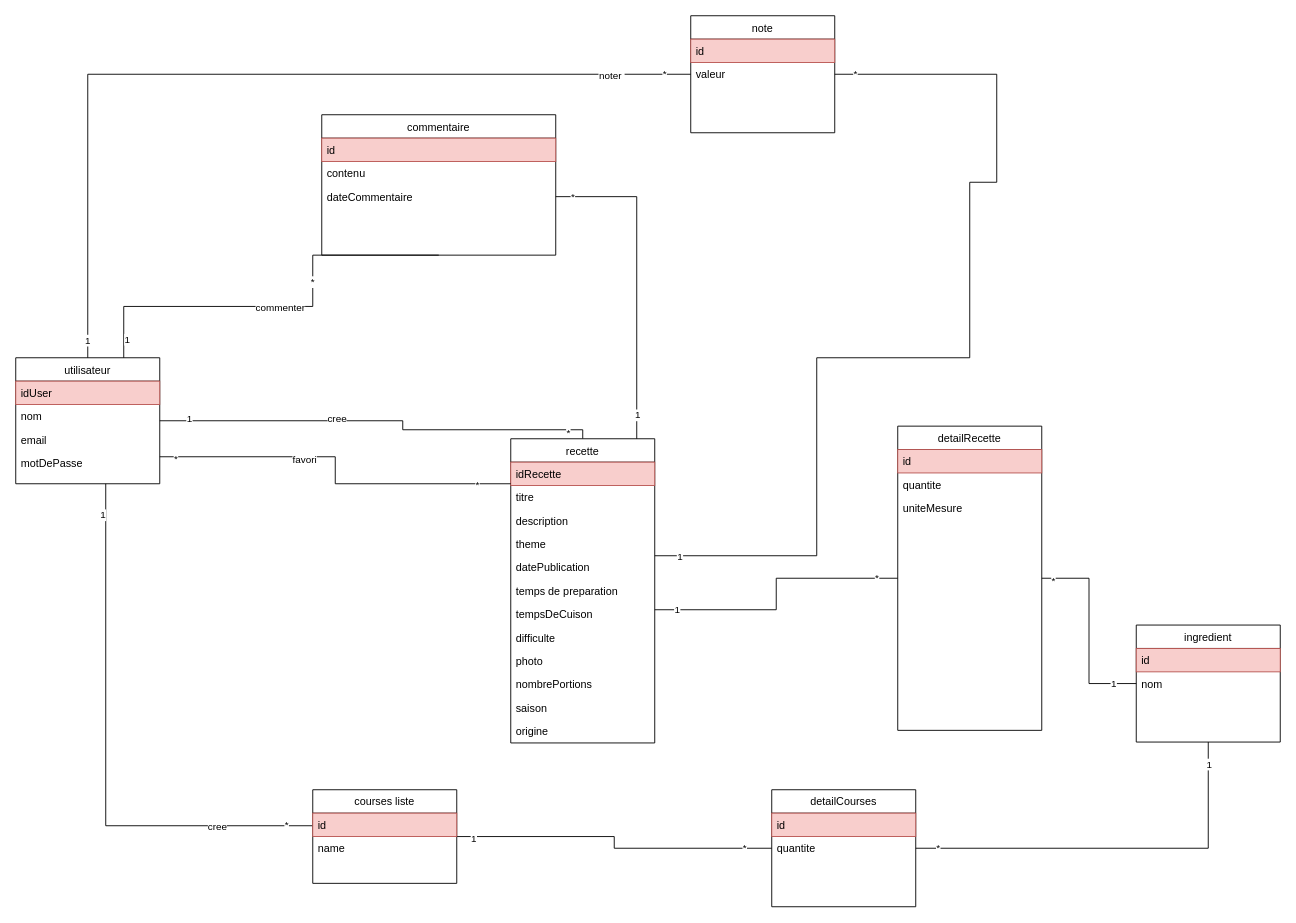
This is Documentation/Diagramme ProjetWad24 Diagramme Classes.drawio from charifa93/ProjetWAD24, a draw.io file, before an edit. Source tidied: cells renumbered, new cells numbered last; positions are measured from the earlier drawing's top-left corner, leaving out a move shared by most shapes. Both pictures are drawn from the tidied source at 90%, with x=0, y=0 at pixel (15, 15).
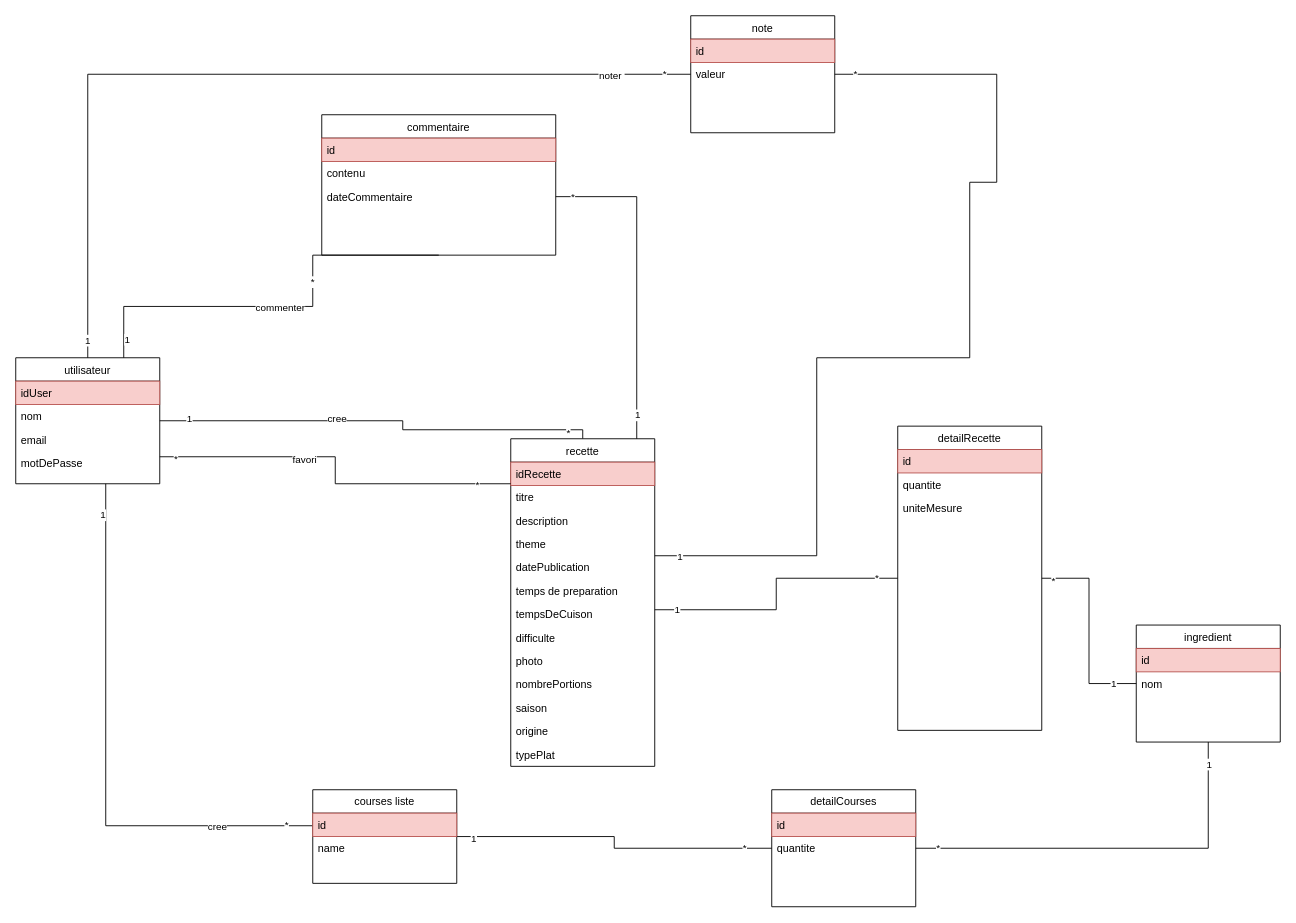
The same diagram, later.

Diff of the diagram source:
```diff
@@
     <mxCell id="18" value="recette" style="swimlane;fontStyle=0;align=center;verticalAlign=top;horizontal=1;startSize=26;rounded=0;shadow=0;strokeWidth=1;" parent="1" vertex="1">
-      <mxGeometry x="550" y="470" width="160" height="338" as="geometry" />
+      <mxGeometry x="550" y="470" width="160" height="364" as="geometry" />
     </mxCell>
@@
+    <mxCell id="78" value="typePlat" style="text;align=left;verticalAlign=top;spacingLeft=4;spacingRight=4;overflow=hidden;rounded=0;shadow=0;html=0;" parent="18" vertex="1">
+      <mxGeometry y="338" width="160" height="26" as="geometry" />
+    </mxCell>
```
